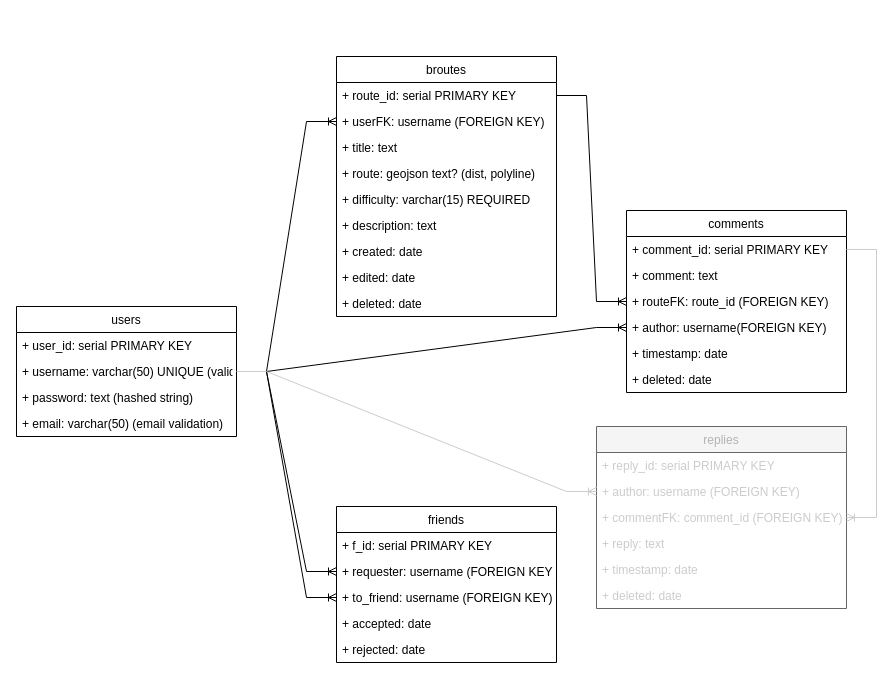
The draw.io diagram page "schema" (2 of 4) of readme/Cycling.drawio in tang-jh/ga-capstone-bcycling, before the edit. Source tidied: cells renumbered, new cells numbered last; positions are measured from the earlier drawing's top-left corner, leaving out a move shared by most shapes. Both pictures are drawn from the tidied source at 100%, with x=0, y=0 at pixel (16, 56).
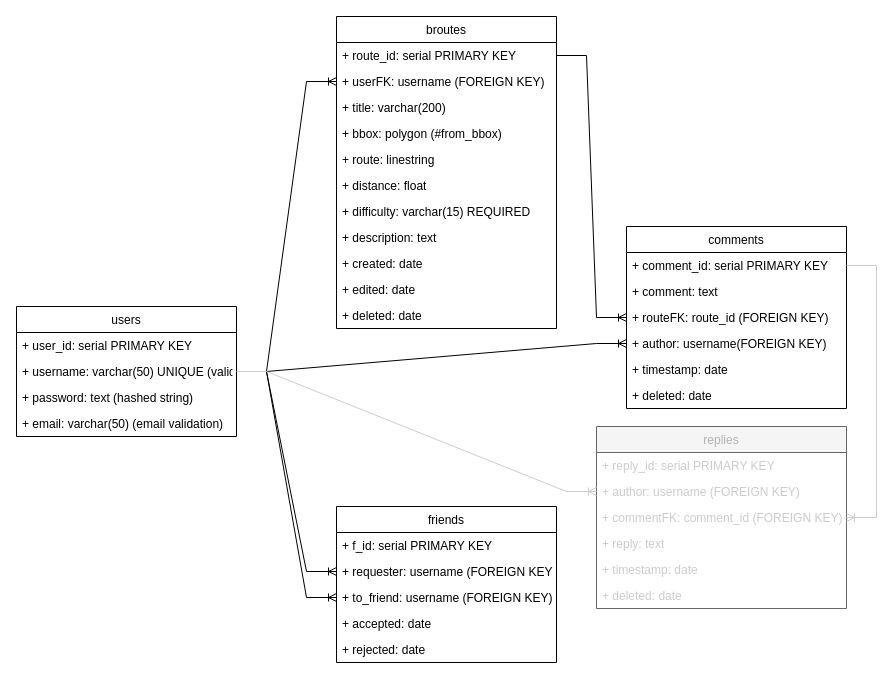
The same page after the edit.

Diff of the diagram source:
```diff
@@
     <mxCell id="7" value="broutes" style="swimlane;fontStyle=0;horizontal=1;startSize=26;fillColor=none;fontSize=12;" parent="1" vertex="1">
-      <mxGeometry x="320" width="220" height="260" as="geometry" />
+      <mxGeometry x="320" y="-40" width="220" height="312" as="geometry" />
     </mxCell>
@@
-    <mxCell id="10" value="+ title: text" style="text;strokeColor=none;fillColor=none;align=left;verticalAlign=top;spacingLeft=4;spacingRight=4;overflow=hidden;fontSize=12;" parent="7" vertex="1">
+    <mxCell id="10" value="+ title: varchar(200)" style="text;strokeColor=none;fillColor=none;align=left;verticalAlign=top;spacingLeft=4;spacingRight=4;overflow=hidden;fontSize=12;" parent="7" vertex="1">
       <mxGeometry y="78" width="220" height="26" as="geometry" />
     </mxCell>
+    <mxCell id="44" value="+ bbox: polygon (#from_bbox)" style="text;strokeColor=none;fillColor=none;align=left;verticalAlign=top;spacingLeft=4;spacingRight=4;overflow=hidden;fontSize=12;" parent="7" vertex="1">
+      <mxGeometry y="104" width="220" height="26" as="geometry" />
+    </mxCell>
-    <mxCell id="11" value="+ route: geojson text? (dist, polyline)" style="text;strokeColor=none;fillColor=none;align=left;verticalAlign=top;spacingLeft=4;spacingRight=4;overflow=hidden;fontSize=12;" parent="7" vertex="1">
-      <mxGeometry y="104" width="220" height="26" as="geometry" />
+    <mxCell id="11" value="+ route: linestring" style="text;strokeColor=none;fillColor=none;align=left;verticalAlign=top;spacingLeft=4;spacingRight=4;overflow=hidden;fontSize=12;" parent="7" vertex="1">
+      <mxGeometry y="130" width="220" height="26" as="geometry" />
     </mxCell>
+    <mxCell id="45" value="+ distance: float" style="text;strokeColor=none;fillColor=none;align=left;verticalAlign=top;spacingLeft=4;spacingRight=4;overflow=hidden;fontSize=12;" parent="7" vertex="1">
+      <mxGeometry y="156" width="220" height="26" as="geometry" />
+    </mxCell>
     <mxCell id="12" value="+ difficulty: varchar(15) REQUIRED" style="text;strokeColor=none;fillColor=none;align=left;verticalAlign=top;spacingLeft=4;spacingRight=4;overflow=hidden;fontSize=12;" parent="7" vertex="1">
-      <mxGeometry y="130" width="220" height="26" as="geometry" />
+      <mxGeometry y="182" width="220" height="26" as="geometry" />
     </mxCell>
     <mxCell id="13" value="+ description: text" style="text;strokeColor=none;fillColor=none;align=left;verticalAlign=top;spacingLeft=4;spacingRight=4;overflow=hidden;fontSize=12;" parent="7" vertex="1">
-      <mxGeometry y="156" width="220" height="26" as="geometry" />
+      <mxGeometry y="208" width="220" height="26" as="geometry" />
     </mxCell>
     <mxCell id="14" value="+ created: date" style="text;strokeColor=none;fillColor=none;align=left;verticalAlign=top;spacingLeft=4;spacingRight=4;overflow=hidden;fontSize=12;" parent="7" vertex="1">
-      <mxGeometry y="182" width="220" height="26" as="geometry" />
+      <mxGeometry y="234" width="220" height="26" as="geometry" />
     </mxCell>
     <mxCell id="15" value="+ edited: date" style="text;strokeColor=none;fillColor=none;align=left;verticalAlign=top;spacingLeft=4;spacingRight=4;overflow=hidden;fontSize=12;" parent="7" vertex="1">
-      <mxGeometry y="208" width="220" height="26" as="geometry" />
+      <mxGeometry y="260" width="220" height="26" as="geometry" />
     </mxCell>
     <mxCell id="16" value="+ deleted: date" style="text;strokeColor=none;fillColor=none;align=left;verticalAlign=top;spacingLeft=4;spacingRight=4;overflow=hidden;fontSize=12;" parent="7" vertex="1">
-      <mxGeometry y="234" width="220" height="26" as="geometry" />
+      <mxGeometry y="286" width="220" height="26" as="geometry" />
     </mxCell>
     <mxCell id="17" value="comments" style="swimlane;fontStyle=0;horizontal=1;startSize=26;fillColor=none;fontSize=12;" parent="1" vertex="1">
-      <mxGeometry x="610" y="154" width="220" height="182" as="geometry" />
+      <mxGeometry x="610" y="170" width="220" height="182" as="geometry" />
     </mxCell>
```
